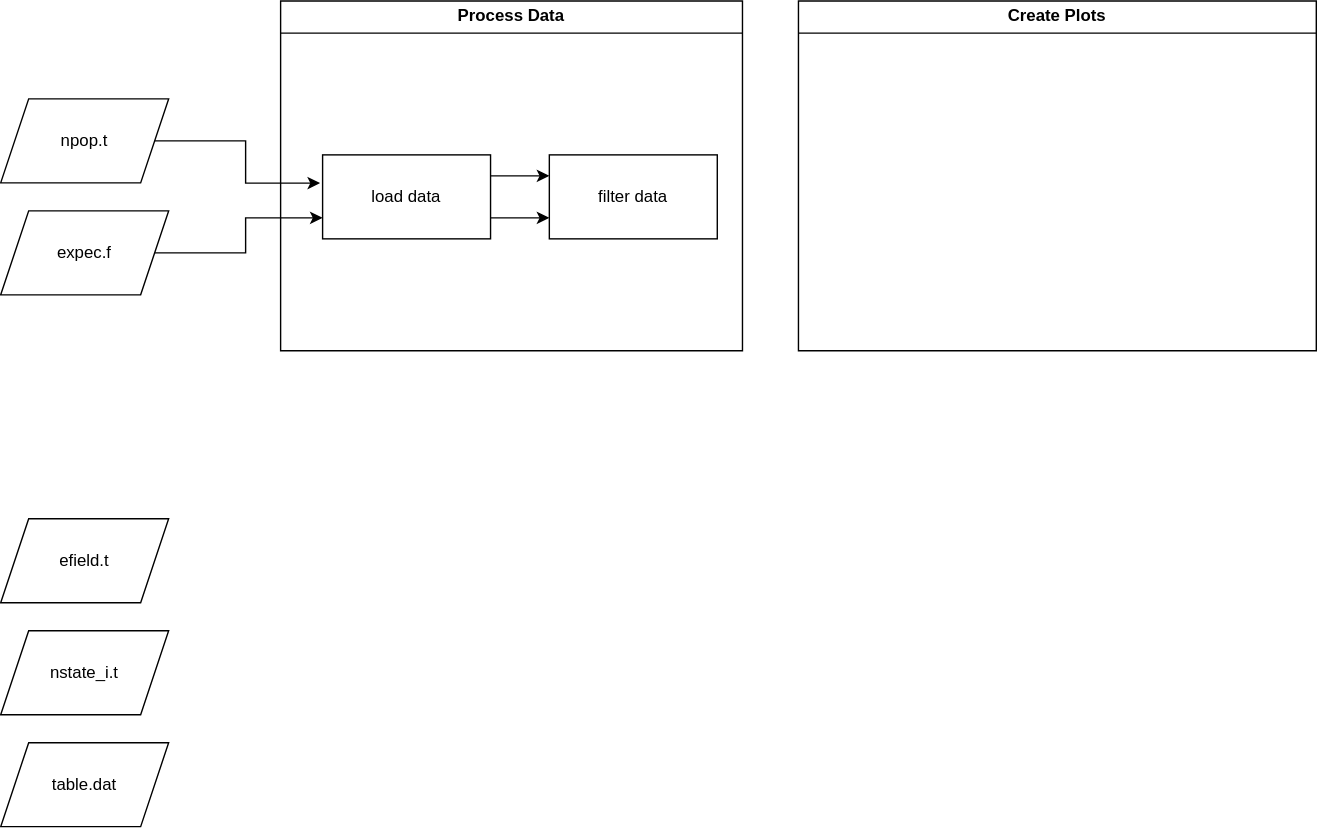
Above: ssd-py-pkg.drawio.svg in matheus-bp/ssd-repo (draw.io), before the change. Source tidied: cells renumbered, new cells last; positions are measured from the earlier drawing's top-left corner, leaving out a move shared by most shapes.
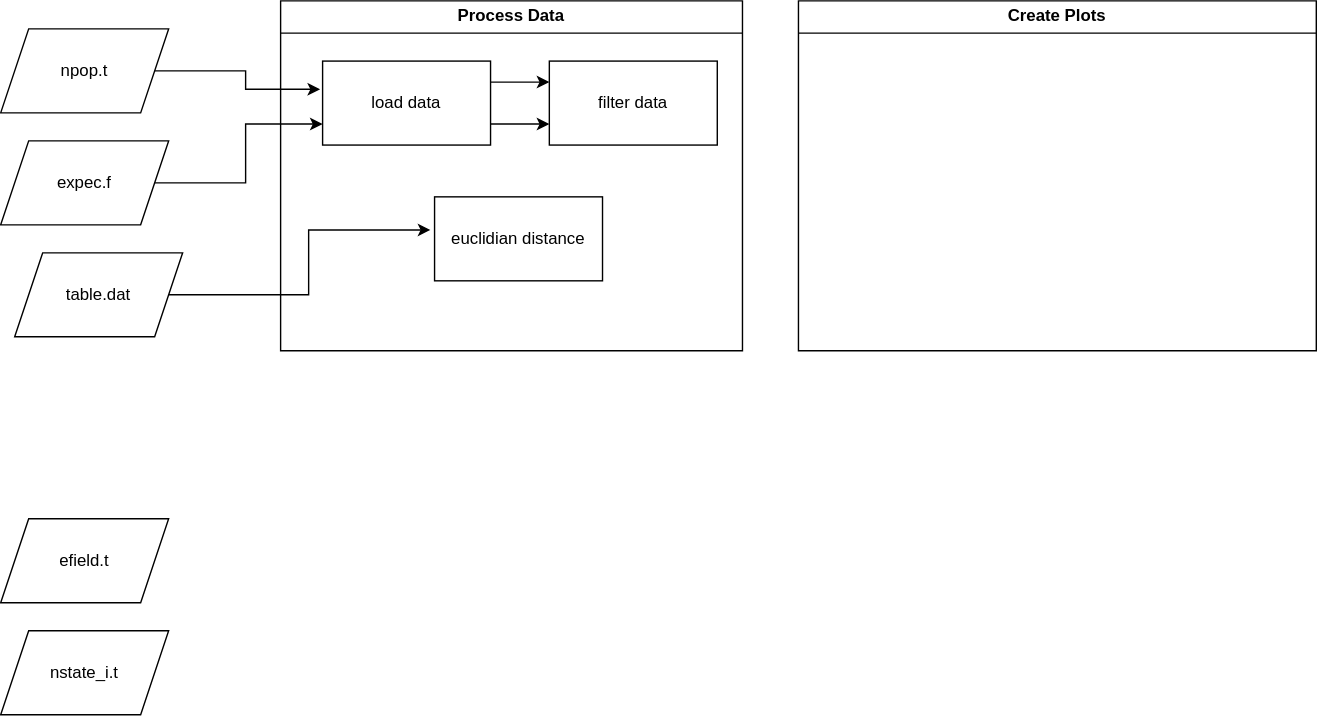
The same file after the commit.

Change to the diagram source:
```diff
@@ -12,7 +12,7 @@
       <mxGeometry relative="1" as="geometry" />
     </mxCell>
     <mxCell id="5" value="&lt;div&gt;npop.t&lt;/div&gt;" style="shape=parallelogram;perimeter=parallelogramPerimeter;whiteSpace=wrap;html=1;fixedSize=1;rounded=0;strokeColor=default;align=center;verticalAlign=middle;fontFamily=Helvetica;fontSize=12;fontColor=default;fillColor=default;" parent="1" vertex="1">
-      <mxGeometry y="70" width="120" height="60" as="geometry" />
+      <mxGeometry y="20" width="120" height="60" as="geometry" />
     </mxCell>
     <mxCell id="6" value="&lt;div&gt;efield.t&lt;/div&gt;" style="shape=parallelogram;perimeter=parallelogramPerimeter;whiteSpace=wrap;html=1;fixedSize=1;rounded=0;strokeColor=default;align=center;verticalAlign=middle;fontFamily=Helvetica;fontSize=12;fontColor=default;fillColor=default;" parent="1" vertex="1">
       <mxGeometry y="370" width="120" height="60" as="geometry" />
@@ -21,13 +21,13 @@
       <mxGeometry relative="1" as="geometry" />
     </mxCell>
     <mxCell id="8" value="&lt;div&gt;expec.f&lt;/div&gt;" style="shape=parallelogram;perimeter=parallelogramPerimeter;whiteSpace=wrap;html=1;fixedSize=1;rounded=0;strokeColor=default;align=center;verticalAlign=middle;fontFamily=Helvetica;fontSize=12;fontColor=default;fillColor=default;" parent="1" vertex="1">
-      <mxGeometry y="150" width="120" height="60" as="geometry" />
+      <mxGeometry y="100" width="120" height="60" as="geometry" />
     </mxCell>
     <mxCell id="9" value="&lt;div&gt;nstate_i.t&lt;/div&gt;" style="shape=parallelogram;perimeter=parallelogramPerimeter;whiteSpace=wrap;html=1;fixedSize=1;rounded=0;strokeColor=default;align=center;verticalAlign=middle;fontFamily=Helvetica;fontSize=12;fontColor=default;fillColor=default;" parent="1" vertex="1">
       <mxGeometry y="450" width="120" height="60" as="geometry" />
     </mxCell>
     <mxCell id="10" value="&lt;div&gt;table.dat&lt;/div&gt;" style="shape=parallelogram;perimeter=parallelogramPerimeter;whiteSpace=wrap;html=1;fixedSize=1;rounded=0;strokeColor=default;align=center;verticalAlign=middle;fontFamily=Helvetica;fontSize=12;fontColor=default;fillColor=default;" parent="1" vertex="1">
-      <mxGeometry y="530" width="120" height="60" as="geometry" />
+      <mxGeometry x="10" y="180" width="120" height="60" as="geometry" />
     </mxCell>
     <mxCell id="11" style="edgeStyle=orthogonalEdgeStyle;rounded=0;jettySize=auto;html=1;exitX=1;exitY=0.25;exitDx=0;exitDy=0;entryX=0;entryY=0.25;entryDx=0;entryDy=0;fontFamily=Helvetica;fontSize=12;fontColor=default;" parent="1" edge="1" source="13" target="14">
       <mxGeometry relative="1" as="geometry" />
@@ -36,10 +36,16 @@
       <mxGeometry relative="1" as="geometry" />
     </mxCell>
     <mxCell id="13" value="load data" style="rounded=0;whiteSpace=wrap;html=1;strokeColor=default;align=center;verticalAlign=middle;fontFamily=Helvetica;fontSize=12;fontColor=default;fillColor=default;" parent="1" vertex="1">
-      <mxGeometry x="230" y="110" width="120" height="60" as="geometry" />
+      <mxGeometry x="230" y="43" width="120" height="60" as="geometry" />
     </mxCell>
     <mxCell id="14" value="&lt;div&gt;filter data&lt;/div&gt;" style="rounded=0;whiteSpace=wrap;html=1;strokeColor=default;align=center;verticalAlign=middle;fontFamily=Helvetica;fontSize=12;fontColor=default;fillColor=default;" parent="1" vertex="1">
-      <mxGeometry x="392" y="110" width="120" height="60" as="geometry" />
+      <mxGeometry x="392" y="43" width="120" height="60" as="geometry" />
     </mxCell>
+    <mxCell id="15" value="&lt;div&gt;euclidian distance&lt;/div&gt;" style="rounded=0;whiteSpace=wrap;html=1;strokeColor=default;align=center;verticalAlign=middle;fontFamily=Helvetica;fontSize=12;fontColor=default;fillColor=default;" parent="1" vertex="1">
+      <mxGeometry x="310" y="140" width="120" height="60" as="geometry" />
+    </mxCell>
+    <mxCell id="16" style="edgeStyle=orthogonalEdgeStyle;rounded=0;jettySize=auto;html=1;exitX=1;exitY=0.5;exitDx=0;exitDy=0;entryX=-0.025;entryY=0.394;entryDx=0;entryDy=0;entryPerimeter=0;fontFamily=Helvetica;fontSize=12;fontColor=default;" parent="1" edge="1" source="10" target="15">
+      <mxGeometry relative="1" as="geometry" />
+    </mxCell>
   </root>
 </mxGraphModel>
```
